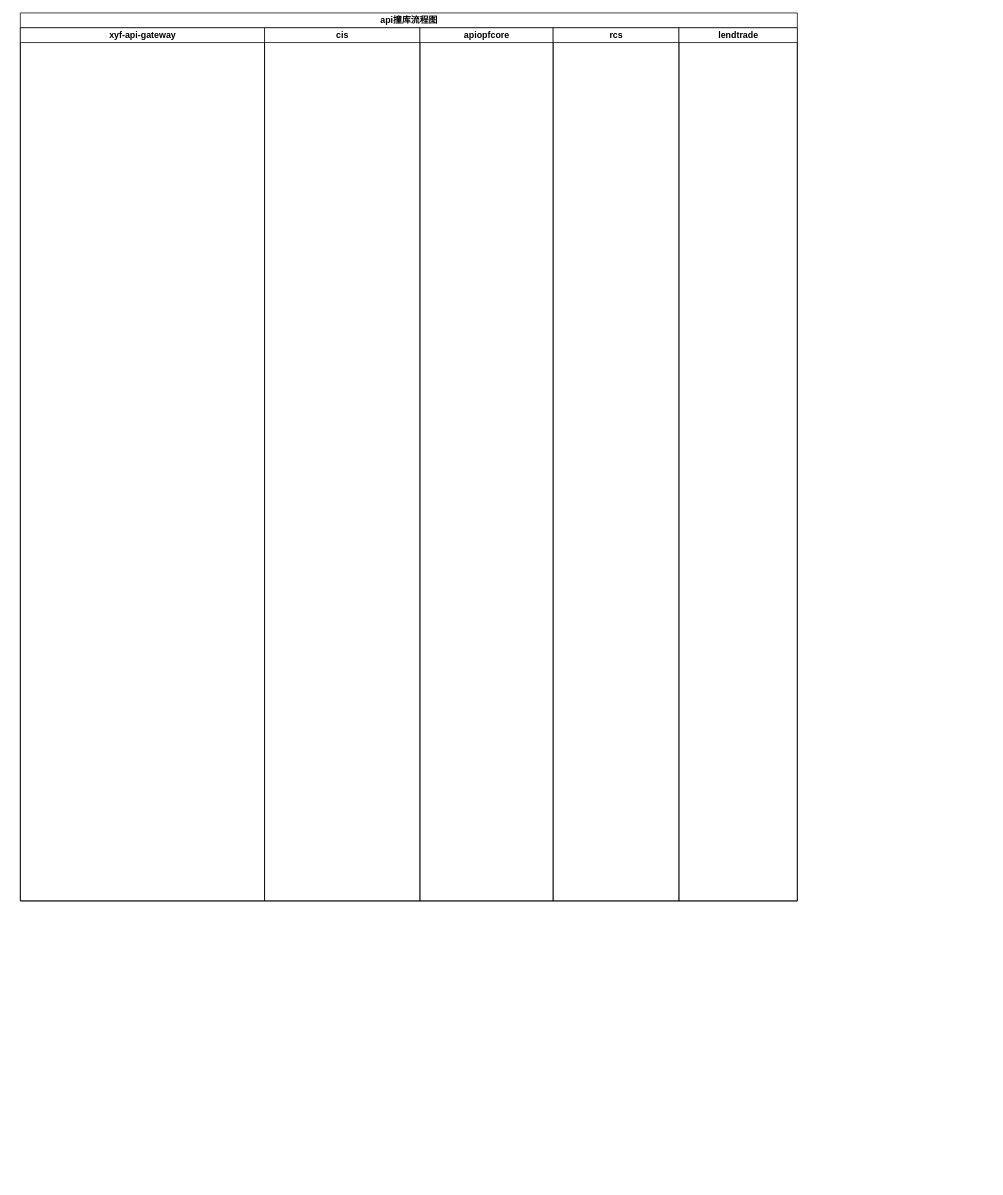
yuanlj-tea/picgo keeps this draw.io diagram as api撞库.drawio. Above is the earlier version. Source tidied: cells renumbered, new cells numbered last; positions are measured from the earlier drawing's top-left corner, leaving out a move shared by most shapes. Both pictures are drawn from the tidied source at 74%, with x=0, y=0 at pixel (20, 13).
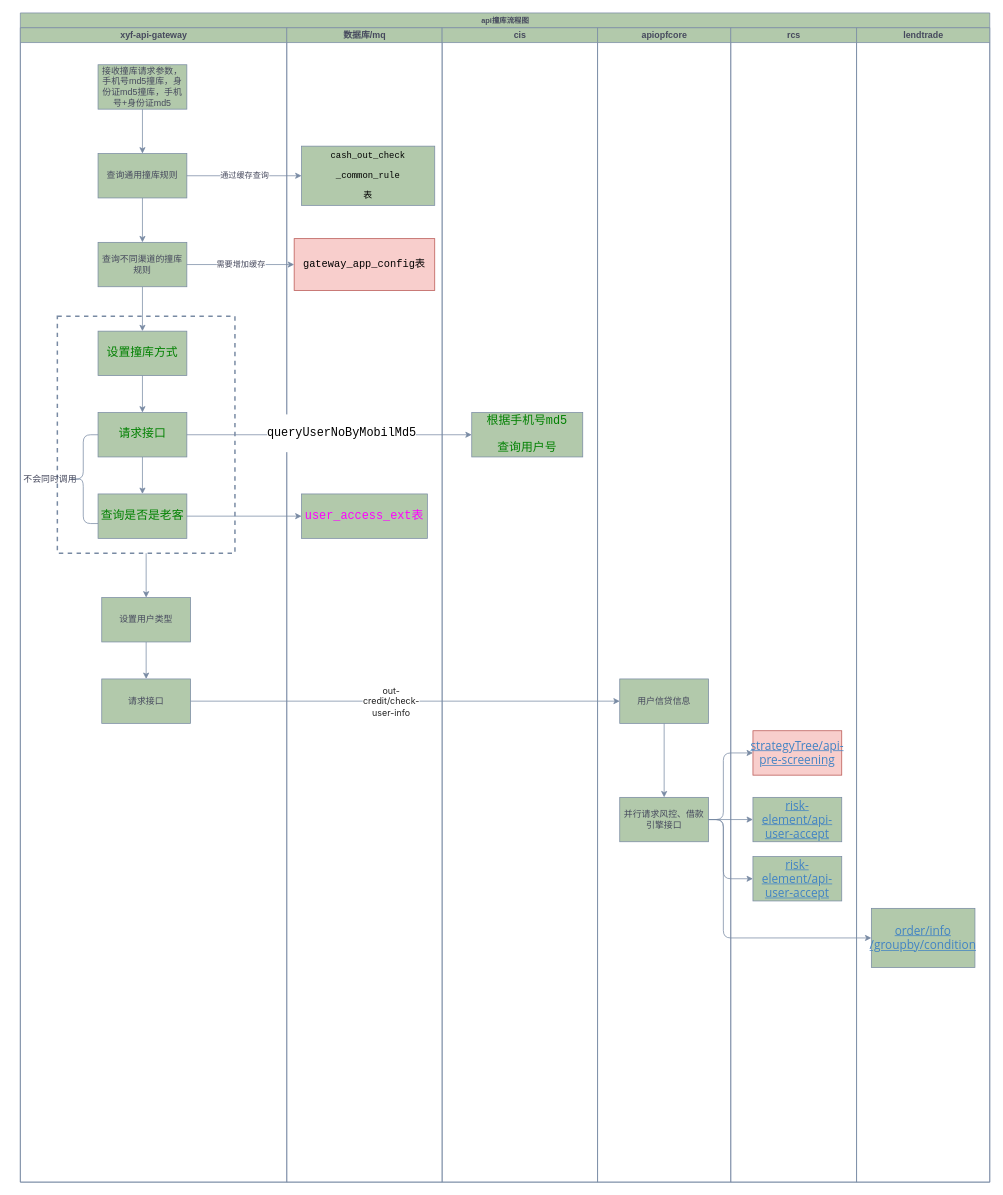
Above is the later version.

The edit, as a diff of the source:
```diff
@@
-    <mxCell id="2" value="api撞库流程图" style="swimlane;startSize=20;html=1;" parent="1" vertex="1">
-      <mxGeometry width="1050" height="1200" as="geometry" />
+    <mxCell id="2" value="api撞库流程图" style="swimlane;startSize=20;html=1;labelBackgroundColor=none;fillColor=#B2C9AB;strokeColor=#788AA3;fontColor=#46495D;fontSize=10;" parent="1" vertex="1">
+      <mxGeometry width="1310" height="1580" as="geometry" />
     </mxCell>
-    <mxCell id="3" value="xyf-api-gateway" style="swimlane;startSize=20;html=1;" parent="2" vertex="1">
-      <mxGeometry y="20" width="330" height="1180" as="geometry" />
+    <mxCell id="3" value="xyf-api-gateway" style="swimlane;startSize=20;html=1;labelBackgroundColor=none;fillColor=#B2C9AB;strokeColor=#788AA3;fontColor=#46495D;" parent="2" vertex="1">
+      <mxGeometry y="20" width="360" height="1560" as="geometry" />
     </mxCell>
+    <mxCell id="8" style="rounded=0;whiteSpace=wrap;html=1;strokeColor=#788AA3;fontColor=#46495D;fillColor=none;strokeWidth=2;dashed=1;" parent="3" vertex="1">
+      <mxGeometry x="50" y="390" width="240" height="320" as="geometry" />
+    </mxCell>
+    <mxCell id="9" style="edgeStyle=orthogonalEdgeStyle;rounded=0;jettySize=auto;html=1;strokeColor=#788AA3;fontColor=#46495D;fillColor=#B2C9AB;" parent="3" edge="1" source="10" target="12">
+      <mxGeometry relative="1" as="geometry" />
+    </mxCell>
+    <mxCell id="10" value="接收撞库请求参数，手机号md5撞库，身份证md5撞库，手机号+身份证md5" style="rounded=0;whiteSpace=wrap;html=1;fillColor=#B2C9AB;strokeColor=#788AA3;labelBackgroundColor=none;fontColor=#46495D;" parent="3" vertex="1">
+      <mxGeometry x="105" y="50" width="120" height="60" as="geometry" />
+    </mxCell>
+    <mxCell id="11" style="edgeStyle=orthogonalEdgeStyle;rounded=0;jettySize=auto;html=1;strokeColor=#788AA3;fontColor=#46495D;fillColor=#B2C9AB;" parent="3" edge="1" source="12" target="14">
+      <mxGeometry relative="1" as="geometry" />
+    </mxCell>
+    <mxCell id="12" value="查询通用撞库规则" style="rounded=0;whiteSpace=wrap;html=1;fillColor=#B2C9AB;strokeColor=#788AA3;labelBackgroundColor=none;fontColor=#46495D;" parent="3" vertex="1">
+      <mxGeometry x="105" y="170" width="120" height="60" as="geometry" />
+    </mxCell>
+    <mxCell id="13" style="edgeStyle=orthogonalEdgeStyle;rounded=0;jettySize=auto;html=1;strokeColor=#788AA3;fontColor=#46495D;fillColor=#B2C9AB;" parent="3" edge="1" source="14" target="16">
+      <mxGeometry relative="1" as="geometry" />
+    </mxCell>
+    <mxCell id="14" value="查询不同渠道的撞库规则" style="rounded=0;whiteSpace=wrap;html=1;fillColor=#B2C9AB;strokeColor=#788AA3;labelBackgroundColor=none;fontColor=#46495D;" parent="3" vertex="1">
+      <mxGeometry x="105" y="290" width="120" height="60" as="geometry" />
+    </mxCell>
+    <mxCell id="15" style="edgeStyle=orthogonalEdgeStyle;rounded=0;jettySize=auto;html=1;strokeColor=#788AA3;fontColor=#46495D;fillColor=#B2C9AB;" parent="3" edge="1" source="16" target="18">
+      <mxGeometry relative="1" as="geometry" />
+    </mxCell>
+    <mxCell id="16" value="&lt;div style=&quot;color: rgb(0, 0, 0); font-family: &amp;quot;.AppleSystemUIFont&amp;quot;; font-size: 12pt;&quot;&gt;&lt;pre style=&quot;&quot;&gt;&lt;span style=&quot;color: rgb(0, 128, 0);&quot;&gt;设置撞库方式&lt;/span&gt;&lt;/pre&gt;&lt;/div&gt;" style="rounded=0;whiteSpace=wrap;html=1;fillColor=#B2C9AB;strokeColor=#788AA3;labelBackgroundColor=none;fontColor=#46495D;" parent="3" vertex="1">
+      <mxGeometry x="105" y="410" width="120" height="60" as="geometry" />
+    </mxCell>
+    <mxCell id="17" style="edgeStyle=orthogonalEdgeStyle;rounded=0;jettySize=auto;html=1;strokeColor=#788AA3;fontColor=#46495D;fillColor=#B2C9AB;" parent="3" edge="1" source="18" target="19">
+      <mxGeometry relative="1" as="geometry" />
+    </mxCell>
+    <mxCell id="18" value="&lt;div style=&quot;font-family: &amp;quot;.AppleSystemUIFont&amp;quot;; font-size: 12pt;&quot;&gt;&lt;pre style=&quot;&quot;&gt;&lt;font style=&quot;&quot; color=&quot;#008000&quot;&gt;请求接口&lt;/font&gt;&lt;/pre&gt;&lt;/div&gt;" style="rounded=0;whiteSpace=wrap;html=1;fillColor=#B2C9AB;strokeColor=#788AA3;labelBackgroundColor=none;fontColor=#46495D;" parent="3" vertex="1">
+      <mxGeometry x="105" y="520" width="120" height="60" as="geometry" />
+    </mxCell>
+    <mxCell id="19" value="&lt;div style=&quot;font-family: &amp;quot;.AppleSystemUIFont&amp;quot;; font-size: 12pt;&quot;&gt;&lt;pre style=&quot;&quot;&gt;&lt;font style=&quot;&quot; color=&quot;#008000&quot;&gt;查询是否是老客&lt;/font&gt;&lt;/pre&gt;&lt;/div&gt;" style="rounded=0;whiteSpace=wrap;html=1;fillColor=#B2C9AB;strokeColor=#788AA3;labelBackgroundColor=none;fontColor=#46495D;" parent="3" vertex="1">
+      <mxGeometry x="105" y="630" width="120" height="60" as="geometry" />
+    </mxCell>
+    <mxCell id="20" style="shape=curlyBracket;whiteSpace=wrap;html=1;rounded=1;labelPosition=left;verticalLabelPosition=middle;align=right;verticalAlign=middle;strokeColor=#788AA3;fontColor=#46495D;fillColor=#B2C9AB;" parent="3" vertex="1">
+      <mxGeometry x="65" y="550" width="40" height="120" as="geometry" />
+    </mxCell>
+    <mxCell id="21" value="不会同时调用" style="text;html=1;align=center;verticalAlign=middle;strokeColor=none;fillColor=none;fontColor=#46495D;" parent="3" vertex="1">
+      <mxGeometry x="-10" y="595" width="100" height="30" as="geometry" />
+    </mxCell>
+    <mxCell id="22" style="edgeStyle=orthogonalEdgeStyle;rounded=0;jettySize=auto;html=1;strokeColor=#788AA3;fontColor=#46495D;fillColor=#B2C9AB;entryX=0.5;entryY=0;entryDx=0;entryDy=0;" parent="3" edge="1" source="8" target="24">
+      <mxGeometry relative="1" as="geometry" />
+    </mxCell>
+    <mxCell id="23" style="edgeStyle=orthogonalEdgeStyle;rounded=0;jettySize=auto;html=1;strokeColor=#788AA3;fontColor=#46495D;fillColor=#B2C9AB;" parent="3" edge="1" source="24" target="25">
+      <mxGeometry relative="1" as="geometry" />
+    </mxCell>
+    <mxCell id="24" value="设置用户类型" style="rounded=0;whiteSpace=wrap;html=1;fillColor=#B2C9AB;strokeColor=#788AA3;labelBackgroundColor=none;fontColor=#46495D;" parent="3" vertex="1">
+      <mxGeometry x="110" y="770" width="120" height="60" as="geometry" />
+    </mxCell>
+    <mxCell id="25" value="请求接口" style="rounded=0;whiteSpace=wrap;html=1;fillColor=#B2C9AB;strokeColor=#788AA3;labelBackgroundColor=none;fontColor=#46495D;" parent="3" vertex="1">
+      <mxGeometry x="110" y="880" width="120" height="60" as="geometry" />
+    </mxCell>
+    <mxCell id="26" value="数据库/mq" style="swimlane;startSize=20;html=1;labelBackgroundColor=none;fillColor=#B2C9AB;strokeColor=#788AA3;fontColor=#46495D;" parent="2" vertex="1">
+      <mxGeometry x="360" y="20" width="210" height="1560" as="geometry" />
+    </mxCell>
+    <mxCell id="27" value="&lt;div style=&quot;font-family: Menlo-Regular, monospace; font-size: 12px;&quot;&gt;&lt;pre style=&quot;&quot;&gt;&lt;font color=&quot;#000000&quot;&gt;cash_out_check&lt;/font&gt;&lt;/pre&gt;&lt;pre style=&quot;&quot;&gt;&lt;font color=&quot;#000000&quot;&gt;_common_rule&lt;/font&gt;&lt;/pre&gt;&lt;pre style=&quot;&quot;&gt;&lt;font color=&quot;#000000&quot;&gt;表&lt;/font&gt;&lt;/pre&gt;&lt;/div&gt;" style="html=1;fillColor=#B2C9AB;strokeColor=#788AA3;fontColor=#46495D;rounded=0;labelBackgroundColor=none;fontSize=11;whiteSpace=wrap;" parent="26" vertex="1">
+      <mxGeometry x="20" y="160" width="180" height="80" as="geometry" />
+    </mxCell>
+    <mxCell id="28" value="&lt;div style=&quot;font-family: Menlo-Regular, monospace;&quot;&gt;&lt;pre style=&quot;&quot;&gt;&lt;font style=&quot;font-size: 14px;&quot;&gt;gateway_app_config表&lt;/font&gt;&lt;/pre&gt;&lt;/div&gt;" style="rounded=0;whiteSpace=wrap;html=1;fillColor=#f8cecc;strokeColor=#b85450;labelBackgroundColor=none;" parent="26" vertex="1">
+      <mxGeometry x="10" y="285" width="190" height="70" as="geometry" />
+    </mxCell>
+    <mxCell id="29" value="&lt;div style=&quot;font-family: &amp;quot;.AppleSystemUIFont&amp;quot;; font-size: 12pt;&quot;&gt;&lt;pre style=&quot;&quot;&gt;&lt;div style=&quot;color: rgb(0, 0, 0); font-family: Menlo-Regular, monospace; font-size: 12pt;&quot;&gt;&lt;pre style=&quot;&quot;&gt;&lt;span style=&quot;color: rgb(255, 0, 255);&quot;&gt;user_access_ext表&lt;/span&gt;&lt;/pre&gt;&lt;/div&gt;&lt;/pre&gt;&lt;/div&gt;" style="rounded=0;whiteSpace=wrap;html=1;fillColor=#B2C9AB;strokeColor=#788AA3;labelBackgroundColor=none;fontColor=#46495D;" parent="26" vertex="1">
+      <mxGeometry x="20" y="630" width="170" height="60" as="geometry" />
+    </mxCell>
-    <mxCell id="4" value="cis" style="swimlane;startSize=20;html=1;" parent="2" vertex="1">
-      <mxGeometry x="330" y="20" width="210" height="1180" as="geometry" />
+    <mxCell id="4" value="cis" style="swimlane;startSize=20;html=1;labelBackgroundColor=none;fillColor=#B2C9AB;strokeColor=#788AA3;fontColor=#46495D;" parent="2" vertex="1">
+      <mxGeometry x="570" y="20" width="210" height="1560" as="geometry" />
     </mxCell>
+    <mxCell id="30" value="&lt;div style=&quot;font-family: &amp;quot;.AppleSystemUIFont&amp;quot;; font-size: 12pt;&quot;&gt;&lt;pre style=&quot;&quot;&gt;&lt;font style=&quot;&quot; color=&quot;#008000&quot;&gt;根据手机号md5&lt;/font&gt;&lt;/pre&gt;&lt;pre style=&quot;&quot;&gt;&lt;font style=&quot;&quot; color=&quot;#008000&quot;&gt;查询用户号&lt;/font&gt;&lt;/pre&gt;&lt;/div&gt;" style="rounded=0;html=1;fillColor=#B2C9AB;strokeColor=#788AA3;labelBackgroundColor=none;fontColor=#46495D;whiteSpace=wrap;" parent="4" vertex="1">
+      <mxGeometry x="40" y="520" width="150" height="60" as="geometry" />
+    </mxCell>
-    <mxCell id="5" value="apiopfcore" style="swimlane;startSize=20;html=1;" parent="2" vertex="1">
-      <mxGeometry x="540" y="20" width="180" height="1180" as="geometry" />
+    <mxCell id="5" value="apiopfcore" style="swimlane;startSize=20;html=1;labelBackgroundColor=none;fillColor=#B2C9AB;strokeColor=#788AA3;fontColor=#46495D;" parent="2" vertex="1">
+      <mxGeometry x="780" y="20" width="180" height="1560" as="geometry" />
     </mxCell>
+    <mxCell id="31" style="edgeStyle=orthogonalEdgeStyle;rounded=0;jettySize=auto;html=1;strokeColor=#788AA3;fontColor=#46495D;fillColor=#B2C9AB;" parent="5" edge="1" source="32" target="33">
+      <mxGeometry relative="1" as="geometry" />
+    </mxCell>
+    <mxCell id="32" value="用户信贷信息" style="rounded=0;whiteSpace=wrap;html=1;fillColor=#B2C9AB;strokeColor=#788AA3;labelBackgroundColor=none;fontColor=#46495D;" parent="5" vertex="1">
+      <mxGeometry x="30" y="880" width="120" height="60" as="geometry" />
+    </mxCell>
+    <mxCell id="33" value="并行请求风控、借款引擎接口" style="rounded=0;whiteSpace=wrap;html=1;fillColor=#B2C9AB;strokeColor=#788AA3;labelBackgroundColor=none;fontColor=#46495D;" parent="5" vertex="1">
+      <mxGeometry x="30" y="1040" width="120" height="60" as="geometry" />
+    </mxCell>
-    <mxCell id="6" value="rcs" style="swimlane;startSize=20;html=1;" parent="2" vertex="1">
-      <mxGeometry x="720" y="20" width="170" height="1180" as="geometry" />
+    <mxCell id="6" value="rcs" style="swimlane;startSize=20;html=1;labelBackgroundColor=none;fillColor=#B2C9AB;strokeColor=#788AA3;fontColor=#46495D;" parent="2" vertex="1">
+      <mxGeometry x="960" y="20" width="170" height="1560" as="geometry" />
     </mxCell>
+    <mxCell id="34" value="&lt;a style=&quot;box-sizing: border-box; cursor: pointer; color: rgb(65, 131, 196); -webkit-user-drag: none; font-family: &amp;quot;Open Sans&amp;quot;, &amp;quot;Clear Sans&amp;quot;, &amp;quot;Helvetica Neue&amp;quot;, Helvetica, Arial, &amp;quot;Segoe UI Emoji&amp;quot;, sans-serif; font-size: 16px; orphans: 4; text-align: start; white-space-collapse: preserve; text-size-adjust: auto;&quot; href=&quot;http://rcs-provider.xinfei.io/strategyTree/api-pre-screening&quot;&gt;strategyTree/api-pre-screening&lt;/a&gt;" style="rounded=0;whiteSpace=wrap;html=1;fillColor=#f8cecc;strokeColor=#b85450;labelBackgroundColor=none;" parent="6" vertex="1">
+      <mxGeometry x="30" y="950" width="120" height="60" as="geometry" />
+    </mxCell>
+    <mxCell id="35" value="&lt;a style=&quot;box-sizing: border-box; cursor: pointer; color: rgb(65, 131, 196); outline: 0px; -webkit-user-drag: none; font-family: &amp;quot;Open Sans&amp;quot;, &amp;quot;Clear Sans&amp;quot;, &amp;quot;Helvetica Neue&amp;quot;, Helvetica, Arial, &amp;quot;Segoe UI Emoji&amp;quot;, sans-serif; font-size: 16px; orphans: 4; text-align: start; white-space-collapse: preserve; text-size-adjust: auto;&quot; href=&quot;http://rcs-provider.xinfei.io/risk-element/api-user-accept&quot;&gt;risk-element/api-user-accept&lt;/a&gt;" style="rounded=0;whiteSpace=wrap;html=1;fillColor=#B2C9AB;strokeColor=#788AA3;labelBackgroundColor=none;fontColor=#46495D;" parent="6" vertex="1">
+      <mxGeometry x="30" y="1040" width="120" height="60" as="geometry" />
+    </mxCell>
+    <mxCell id="36" value="&lt;a href=&quot;http://rcs-provider.xinfei.io/risk-element/api-user-accept&quot; style=&quot;box-sizing: border-box; cursor: pointer; color: rgb(65, 131, 196); outline: 0px; -webkit-user-drag: none; font-family: &amp;quot;Open Sans&amp;quot;, &amp;quot;Clear Sans&amp;quot;, &amp;quot;Helvetica Neue&amp;quot;, Helvetica, Arial, &amp;quot;Segoe UI Emoji&amp;quot;, sans-serif; font-size: 16px; orphans: 4; text-align: start; white-space-collapse: preserve; text-size-adjust: auto;&quot;&gt;risk-element/api-user-accept&lt;/a&gt;" style="rounded=0;whiteSpace=wrap;html=1;fillColor=#B2C9AB;strokeColor=#788AA3;labelBackgroundColor=none;fontColor=#46495D;" parent="6" vertex="1">
+      <mxGeometry x="30" y="1120" width="120" height="60" as="geometry" />
+    </mxCell>
-    <mxCell id="7" value="lendtrade" style="swimlane;startSize=20;html=1;" parent="2" vertex="1">
-      <mxGeometry x="890" y="20" width="160" height="1180" as="geometry" />
+    <mxCell id="7" value="lendtrade" style="swimlane;startSize=20;html=1;labelBackgroundColor=none;fillColor=#B2C9AB;strokeColor=#788AA3;fontColor=#46495D;" parent="2" vertex="1">
+      <mxGeometry x="1130" y="20" width="180" height="1560" as="geometry" />
     </mxCell>
+    <mxCell id="37" value="&lt;a style=&quot;box-sizing: border-box; cursor: pointer; color: rgb(65, 131, 196); outline: 0px; -webkit-user-drag: none; font-family: &amp;quot;Open Sans&amp;quot;, &amp;quot;Clear Sans&amp;quot;, &amp;quot;Helvetica Neue&amp;quot;, Helvetica, Arial, &amp;quot;Segoe UI Emoji&amp;quot;, sans-serif; font-size: 16px; orphans: 4; text-align: start; white-space-collapse: preserve; text-size-adjust: auto;&quot; href=&quot;http://lendtrade.xinfei.io/lend/query/v1/order/info/groupby/condition&quot;&gt;order/info&lt;/a&gt;&lt;div&gt;&lt;a style=&quot;box-sizing: border-box; cursor: pointer; color: rgb(65, 131, 196); outline: 0px; -webkit-user-drag: none; font-family: &amp;quot;Open Sans&amp;quot;, &amp;quot;Clear Sans&amp;quot;, &amp;quot;Helvetica Neue&amp;quot;, Helvetica, Arial, &amp;quot;Segoe UI Emoji&amp;quot;, sans-serif; font-size: 16px; orphans: 4; text-align: start; white-space-collapse: preserve; text-size-adjust: auto;&quot; href=&quot;http://lendtrade.xinfei.io/lend/query/v1/order/info/groupby/condition&quot;&gt;/groupby/&lt;/a&gt;&lt;a style=&quot;background-color: initial; white-space-collapse: preserve; box-sizing: border-box; cursor: pointer; color: rgb(65, 131, 196); outline: 0px; -webkit-user-drag: none; font-family: &amp;quot;Open Sans&amp;quot;, &amp;quot;Clear Sans&amp;quot;, &amp;quot;Helvetica Neue&amp;quot;, Helvetica, Arial, &amp;quot;Segoe UI Emoji&amp;quot;, sans-serif; font-size: 16px; orphans: 4; text-align: start; text-size-adjust: auto;&quot; href=&quot;http://lendtrade.xinfei.io/lend/query/v1/order/info/groupby/condition&quot;&gt;condition&lt;/a&gt;&lt;/div&gt;" style="rounded=0;html=1;fillColor=#B2C9AB;strokeColor=#788AA3;labelBackgroundColor=none;fontColor=#46495D;whiteSpace=wrap;" parent="7" vertex="1">
+      <mxGeometry x="20" y="1190" width="140" height="80" as="geometry" />
+    </mxCell>
+    <mxCell id="38" value="通过缓存查询" style="edgeStyle=orthogonalEdgeStyle;rounded=0;jettySize=auto;html=1;strokeColor=#788AA3;fontColor=#46495D;fillColor=#B2C9AB;" parent="2" edge="1" source="12" target="27">
+      <mxGeometry relative="1" as="geometry" />
+    </mxCell>
+    <mxCell id="39" value="需要增加缓存" style="edgeStyle=orthogonalEdgeStyle;rounded=0;jettySize=auto;html=1;strokeColor=#788AA3;fontColor=#46495D;fillColor=#B2C9AB;" parent="2" edge="1" source="14" target="28">
+      <mxGeometry relative="1" as="geometry" />
+    </mxCell>
+    <mxCell id="40" style="edgeStyle=orthogonalEdgeStyle;rounded=0;jettySize=auto;html=1;entryX=0;entryY=0.5;entryDx=0;entryDy=0;strokeColor=#788AA3;fontColor=#46495D;fillColor=#B2C9AB;" parent="2" edge="1" source="18" target="30">
+      <mxGeometry relative="1" as="geometry" />
+    </mxCell>
+    <mxCell id="41" value="&lt;div style=&quot;font-family: Menlo-Regular, monospace; font-size: 12pt;&quot;&gt;&lt;pre style=&quot;&quot;&gt;&lt;font style=&quot;&quot; color=&quot;#000000&quot;&gt;queryUserNoByMobilMd5&lt;/font&gt;&lt;/pre&gt;&lt;/div&gt;" style="edgeLabel;html=1;align=center;verticalAlign=middle;strokeColor=#788AA3;fontColor=#46495D;fillColor=#B2C9AB;" parent="40" vertex="1">
+      <mxGeometry x="0.08" y="3" relative="1" as="geometry" />
+    </mxCell>
+    <mxCell id="42" style="edgeStyle=orthogonalEdgeStyle;rounded=0;jettySize=auto;html=1;strokeColor=#788AA3;fontColor=#46495D;fillColor=#B2C9AB;" parent="2" edge="1" source="19" target="29">
+      <mxGeometry relative="1" as="geometry" />
+    </mxCell>
+    <mxCell id="43" style="edgeStyle=orthogonalEdgeStyle;rounded=0;jettySize=auto;html=1;strokeColor=#788AA3;fontColor=#46495D;fillColor=#B2C9AB;" parent="2" edge="1" source="25" target="32">
+      <mxGeometry relative="1" as="geometry" />
+    </mxCell>
+    <mxCell id="44" value="&lt;span style=&quot;color: rgb(33, 33, 33); font-family: Inter, system-ui, -apple-system, &amp;quot;system-ui&amp;quot;, &amp;quot;Segoe UI&amp;quot;, Roboto, Oxygen, Ubuntu, Cantarell, &amp;quot;Fira Sans&amp;quot;, &amp;quot;Droid Sans&amp;quot;, Helvetica, Arial, sans-serif; font-size: 12px; text-align: left; white-space: pre-wrap;&quot;&gt;out-credit/check-user-info&lt;/span&gt;" style="edgeLabel;html=1;align=center;verticalAlign=middle;strokeColor=#788AA3;fontColor=#46495D;fillColor=#B2C9AB;" parent="43" vertex="1">
+      <mxGeometry x="-0.03" y="1" relative="1" as="geometry">
+        <mxPoint x="-11" y="1" as="offset" />
+      </mxGeometry>
+    </mxCell>
+    <mxCell id="45" style="edgeStyle=orthogonalEdgeStyle;rounded=1;jettySize=auto;html=1;strokeColor=#788AA3;fontColor=#46495D;fillColor=#B2C9AB;curved=0;" parent="2" edge="1" source="33" target="34">
+      <mxGeometry relative="1" as="geometry">
+        <Array as="points">
+          <mxPoint x="950" y="1090" />
+          <mxPoint x="950" y="1000" />
+        </Array>
+      </mxGeometry>
+    </mxCell>
+    <mxCell id="46" style="edgeStyle=orthogonalEdgeStyle;rounded=0;jettySize=auto;html=1;entryX=0;entryY=0.5;entryDx=0;entryDy=0;strokeColor=#788AA3;fontColor=#46495D;fillColor=#B2C9AB;" parent="2" edge="1" source="33" target="35">
+      <mxGeometry relative="1" as="geometry" />
+    </mxCell>
+    <mxCell id="47" style="edgeStyle=orthogonalEdgeStyle;rounded=1;jettySize=auto;html=1;exitX=1;exitY=0.5;exitDx=0;exitDy=0;entryX=0;entryY=0.5;entryDx=0;entryDy=0;strokeColor=#788AA3;fontColor=#46495D;fillColor=#B2C9AB;curved=0;" parent="2" edge="1" source="33" target="36">
+      <mxGeometry relative="1" as="geometry">
+        <Array as="points">
+          <mxPoint x="950" y="1090" />
+          <mxPoint x="950" y="1170" />
+        </Array>
+      </mxGeometry>
+    </mxCell>
+    <mxCell id="48" style="edgeStyle=orthogonalEdgeStyle;rounded=1;jettySize=auto;html=1;exitX=1;exitY=0.5;exitDx=0;exitDy=0;entryX=0;entryY=0.5;entryDx=0;entryDy=0;strokeColor=#788AA3;fontColor=#46495D;fillColor=#B2C9AB;curved=0;" parent="2" edge="1" source="33" target="37">
+      <mxGeometry relative="1" as="geometry">
+        <Array as="points">
+          <mxPoint x="950" y="1090" />
+          <mxPoint x="950" y="1250" />
+        </Array>
+      </mxGeometry>
+    </mxCell>
```
